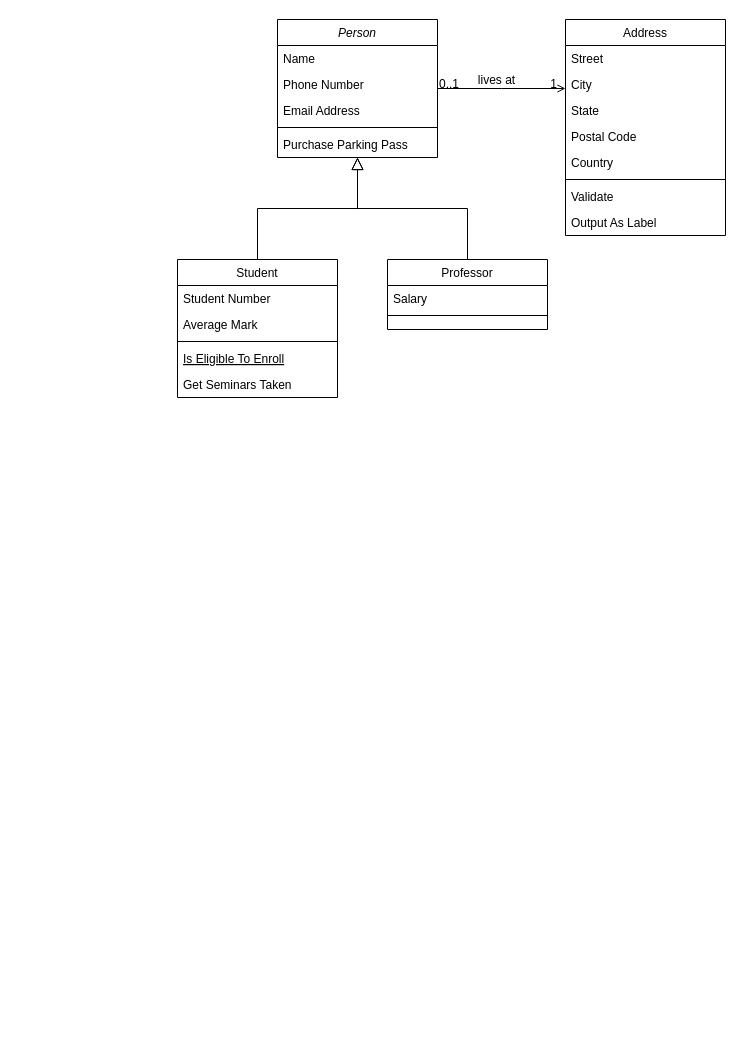
Earlier version of the draw.io diagram Untitled Diagram.drawio (TechCatJim/TechCatJim). Source tidied: cells renumbered, new cells numbered last; positions are measured from the earlier drawing's top-left corner, leaving out a move shared by most shapes. Both pictures are drawn from the tidied source at 100%, with x=0, y=0 at pixel (177, 19).
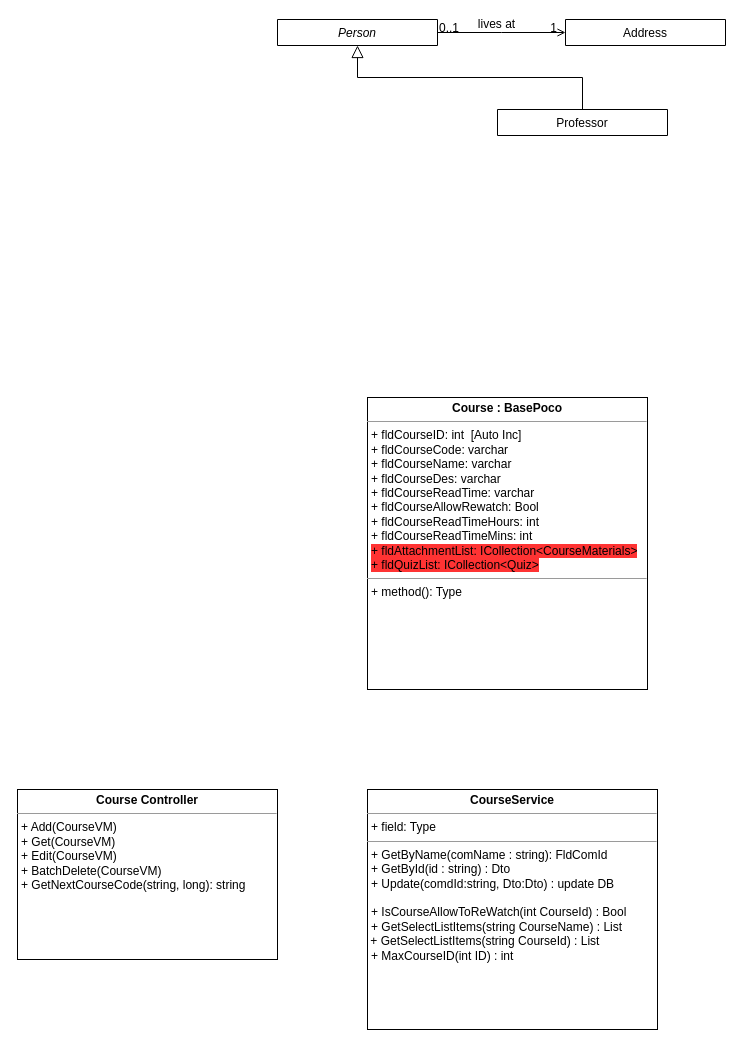
The same page after the edit.

The edit, as a diff of the source:
```diff
@@
-    <mxCell id="2" value="Person" style="swimlane;fontStyle=2;align=center;verticalAlign=top;horizontal=1;startSize=26;rounded=0;shadow=0;strokeWidth=1;" parent="1" vertex="1">
-      <mxGeometry x="100" width="160" height="138" as="geometry" />
+    <mxCell id="2" value="Person" style="swimlane;fontStyle=2;align=center;verticalAlign=top;horizontal=1;startSize=26;rounded=0;shadow=0;strokeWidth=1;" parent="1" vertex="1" collapsed="1">
+      <mxGeometry x="100" width="160" height="26" as="geometry" />
     </mxCell>
-    <mxCell id="3" value="Name" style="text;align=left;verticalAlign=top;spacingLeft=4;spacingRight=4;overflow=hidden;" parent="2" vertex="1">
-      <mxGeometry y="26" width="160" height="26" as="geometry" />
-    </mxCell>
-    <mxCell id="4" value="Phone Number" style="text;align=left;verticalAlign=top;spacingLeft=4;spacingRight=4;overflow=hidden;rounded=0;shadow=0;html=0;" parent="2" vertex="1">
-      <mxGeometry y="52" width="160" height="26" as="geometry" />
-    </mxCell>
-    <mxCell id="5" value="Email Address" style="text;align=left;verticalAlign=top;spacingLeft=4;spacingRight=4;overflow=hidden;rounded=0;shadow=0;html=0;" parent="2" vertex="1">
-      <mxGeometry y="78" width="160" height="26" as="geometry" />
-    </mxCell>
-    <mxCell id="6" style="line;html=1;strokeWidth=1;align=left;verticalAlign=middle;spacingTop=-1;spacingLeft=3;spacingRight=3;labelPosition=right;" parent="2" vertex="1">
-      <mxGeometry y="104" width="160" height="8" as="geometry" />
-    </mxCell>
-    <mxCell id="7" value="Purchase Parking Pass" style="text;align=left;verticalAlign=top;spacingLeft=4;spacingRight=4;overflow=hidden;" parent="2" vertex="1">
-      <mxGeometry y="112" width="160" height="26" as="geometry" />
-    </mxCell>
-    <mxCell id="8" value="Student" style="swimlane;fontStyle=0;align=center;verticalAlign=top;horizontal=1;startSize=26;rounded=0;shadow=0;strokeWidth=1;" parent="1" vertex="1">
-      <mxGeometry y="240" width="160" height="138" as="geometry" />
-    </mxCell>
-    <mxCell id="9" value="Student Number" style="text;align=left;verticalAlign=top;spacingLeft=4;spacingRight=4;overflow=hidden;" parent="8" vertex="1">
-      <mxGeometry y="26" width="160" height="26" as="geometry" />
-    </mxCell>
-    <mxCell id="10" value="Average Mark" style="text;align=left;verticalAlign=top;spacingLeft=4;spacingRight=4;overflow=hidden;rounded=0;shadow=0;html=0;" parent="8" vertex="1">
-      <mxGeometry y="52" width="160" height="26" as="geometry" />
-    </mxCell>
-    <mxCell id="11" style="line;html=1;strokeWidth=1;align=left;verticalAlign=middle;spacingTop=-1;spacingLeft=3;spacingRight=3;labelPosition=right;" parent="8" vertex="1">
-      <mxGeometry y="78" width="160" height="8" as="geometry" />
-    </mxCell>
-    <mxCell id="12" value="Is Eligible To Enroll" style="text;align=left;verticalAlign=top;spacingLeft=4;spacingRight=4;overflow=hidden;fontStyle=4;" parent="8" vertex="1">
-      <mxGeometry y="86" width="160" height="26" as="geometry" />
-    </mxCell>
-    <mxCell id="13" value="Get Seminars Taken" style="text;align=left;verticalAlign=top;spacingLeft=4;spacingRight=4;overflow=hidden;" parent="8" vertex="1">
-      <mxGeometry y="112" width="160" height="26" as="geometry" />
-    </mxCell>
-    <mxCell id="14" style="endArrow=block;endSize=10;endFill=0;shadow=0;strokeWidth=1;rounded=0;edgeStyle=elbowEdgeStyle;elbow=vertical;" parent="1" edge="1" source="8" target="2">
-      <mxGeometry relative="1" as="geometry" />
-    </mxCell>
-    <mxCell id="15" value="Professor" style="swimlane;fontStyle=0;align=center;verticalAlign=top;horizontal=1;startSize=26;rounded=0;shadow=0;strokeWidth=1;" parent="1" vertex="1">
-      <mxGeometry x="210" y="240" width="160" height="70" as="geometry" />
+    <mxCell id="15" value="Professor" style="swimlane;fontStyle=0;align=center;verticalAlign=top;horizontal=1;startSize=26;rounded=0;shadow=0;strokeWidth=1;" parent="1" vertex="1" collapsed="1">
+      <mxGeometry x="320" y="90" width="170" height="26" as="geometry" />
     </mxCell>
-    <mxCell id="16" value="Salary" style="text;align=left;verticalAlign=top;spacingLeft=4;spacingRight=4;overflow=hidden;" parent="15" vertex="1">
-      <mxGeometry y="26" width="160" height="26" as="geometry" />
-    </mxCell>
-    <mxCell id="17" style="line;html=1;strokeWidth=1;align=left;verticalAlign=middle;spacingTop=-1;spacingLeft=3;spacingRight=3;labelPosition=right;" parent="15" vertex="1">
-      <mxGeometry y="52" width="160" height="8" as="geometry" />
-    </mxCell>
@@
-    <mxCell id="19" value="Address" style="swimlane;fontStyle=0;align=center;verticalAlign=top;horizontal=1;startSize=26;rounded=0;shadow=0;strokeWidth=1;" parent="1" vertex="1">
-      <mxGeometry x="388" width="160" height="216" as="geometry" />
+    <mxCell id="19" value="Address" style="swimlane;fontStyle=0;align=center;verticalAlign=top;horizontal=1;startSize=26;rounded=0;shadow=0;strokeWidth=1;" parent="1" vertex="1" collapsed="1">
+      <mxGeometry x="388" width="160" height="26" as="geometry" />
     </mxCell>
-    <mxCell id="20" value="Street" style="text;align=left;verticalAlign=top;spacingLeft=4;spacingRight=4;overflow=hidden;" parent="19" vertex="1">
-      <mxGeometry y="26" width="160" height="26" as="geometry" />
-    </mxCell>
-    <mxCell id="21" value="City" style="text;align=left;verticalAlign=top;spacingLeft=4;spacingRight=4;overflow=hidden;rounded=0;shadow=0;html=0;" parent="19" vertex="1">
-      <mxGeometry y="52" width="160" height="26" as="geometry" />
-    </mxCell>
-    <mxCell id="22" value="State" style="text;align=left;verticalAlign=top;spacingLeft=4;spacingRight=4;overflow=hidden;rounded=0;shadow=0;html=0;" parent="19" vertex="1">
-      <mxGeometry y="78" width="160" height="26" as="geometry" />
-    </mxCell>
-    <mxCell id="23" value="Postal Code" style="text;align=left;verticalAlign=top;spacingLeft=4;spacingRight=4;overflow=hidden;rounded=0;shadow=0;html=0;" parent="19" vertex="1">
-      <mxGeometry y="104" width="160" height="26" as="geometry" />
-    </mxCell>
-    <mxCell id="24" value="Country" style="text;align=left;verticalAlign=top;spacingLeft=4;spacingRight=4;overflow=hidden;rounded=0;shadow=0;html=0;" parent="19" vertex="1">
-      <mxGeometry y="130" width="160" height="26" as="geometry" />
-    </mxCell>
-    <mxCell id="25" style="line;html=1;strokeWidth=1;align=left;verticalAlign=middle;spacingTop=-1;spacingLeft=3;spacingRight=3;labelPosition=right;" parent="19" vertex="1">
-      <mxGeometry y="156" width="160" height="8" as="geometry" />
-    </mxCell>
-    <mxCell id="26" value="Validate" style="text;align=left;verticalAlign=top;spacingLeft=4;spacingRight=4;overflow=hidden;" parent="19" vertex="1">
-      <mxGeometry y="164" width="160" height="26" as="geometry" />
-    </mxCell>
-    <mxCell id="27" value="Output As Label" style="text;align=left;verticalAlign=top;spacingLeft=4;spacingRight=4;overflow=hidden;" parent="19" vertex="1">
-      <mxGeometry y="190" width="160" height="26" as="geometry" />
-    </mxCell>
@@
+    <mxCell id="32" value="&lt;p style=&quot;margin:0px;margin-top:4px;text-align:center;&quot;&gt;&lt;b&gt;Course : BasePoco&lt;/b&gt;&lt;/p&gt;&lt;hr size=&quot;1&quot;&gt;&lt;p style=&quot;margin:0px;margin-left:4px;&quot;&gt;+&lt;span style=&quot;background-color: rgb(255, 255, 255);&quot;&gt;&amp;nbsp;&lt;/span&gt;fldCourseID: int&amp;nbsp; [Auto Inc]&lt;/p&gt;&lt;p style=&quot;margin:0px;margin-left:4px;&quot;&gt;+ fldCourseCode: varchar&amp;nbsp; &amp;nbsp;&lt;/p&gt;&lt;p style=&quot;margin:0px;margin-left:4px;&quot;&gt;+ fldCourseName: varchar&lt;/p&gt;&lt;p style=&quot;margin:0px;margin-left:4px;&quot;&gt;+ fldCourseDes: varchar&lt;/p&gt;&lt;p style=&quot;margin:0px;margin-left:4px;&quot;&gt;+ fldCourseReadTime: varchar&lt;/p&gt;&lt;p style=&quot;margin:0px;margin-left:4px;&quot;&gt;+ fldCourseAllowRewatch: Bool&lt;/p&gt;&lt;p style=&quot;margin:0px;margin-left:4px;&quot;&gt;+ fldCourseReadTimeHours: int&lt;/p&gt;&lt;p style=&quot;margin:0px;margin-left:4px;&quot;&gt;+ fldCourseReadTimeMins: int&lt;br&gt;&lt;/p&gt;&lt;p style=&quot;margin:0px;margin-left:4px;&quot;&gt;&lt;span style=&quot;background-color: rgb(255, 51, 51);&quot;&gt;+ fldAttachmentList: ICollection&amp;lt;CourseMaterials&amp;gt;&lt;/span&gt;&lt;/p&gt;&lt;p style=&quot;margin:0px;margin-left:4px;&quot;&gt;&lt;span style=&quot;background-color: rgb(255, 51, 51);&quot;&gt;+ fldQuizList: ICollection&amp;lt;Quiz&amp;gt;&lt;/span&gt;&lt;/p&gt;&lt;hr size=&quot;1&quot;&gt;&lt;p style=&quot;margin:0px;margin-left:4px;&quot;&gt;+ method(): Type&lt;/p&gt;" style="verticalAlign=top;align=left;overflow=fill;fontSize=12;fontFamily=Helvetica;html=1;whiteSpace=wrap;" parent="1" vertex="1">
+      <mxGeometry x="190" y="378" width="280" height="292" as="geometry" />
+    </mxCell>
+    <mxCell id="33" style="edgeStyle=orthogonalEdgeStyle;rounded=0;orthogonalLoop=1;jettySize=auto;html=1;exitX=0.5;exitY=1;exitDx=0;exitDy=0;" parent="1" edge="1" source="32" target="32">
+      <mxGeometry relative="1" as="geometry" />
+    </mxCell>
+    <mxCell id="34" value="&lt;p style=&quot;margin:0px;margin-top:4px;text-align:center;&quot;&gt;&lt;b&gt;CourseService&lt;/b&gt;&lt;/p&gt;&lt;hr size=&quot;1&quot;&gt;&lt;p style=&quot;margin:0px;margin-left:4px;&quot;&gt;+ field: Type&lt;/p&gt;&lt;hr size=&quot;1&quot;&gt;&lt;p style=&quot;margin:0px;margin-left:4px;&quot;&gt;+ GetByName(comName : string): FldComId&lt;/p&gt;&lt;p style=&quot;margin:0px;margin-left:4px;&quot;&gt;+ GetById(id : string) : Dto&lt;/p&gt;&lt;p style=&quot;margin:0px;margin-left:4px;&quot;&gt;+ Update(comdId:string, Dto:Dto) : update DB&lt;/p&gt;&lt;p style=&quot;margin:0px;margin-left:4px;&quot;&gt;&lt;br&gt;&lt;/p&gt;&lt;p style=&quot;margin:0px;margin-left:4px;&quot;&gt;+ IsCourseAllowToReWatch(int CourseId) : Bool&lt;/p&gt;&lt;p style=&quot;margin:0px;margin-left:4px;&quot;&gt;+ GetSelectListItems(string CourseName) : List&lt;/p&gt;&amp;nbsp;+ GetSelectListItems(string CourseId) : List&lt;p style=&quot;margin:0px;margin-left:4px;&quot;&gt;+ MaxCourseID(int ID) : int&lt;/p&gt;&lt;p style=&quot;margin:0px;margin-left:4px;&quot;&gt;&lt;br&gt;&lt;/p&gt;&lt;p style=&quot;margin:0px;margin-left:4px;&quot;&gt;&lt;br&gt;&lt;/p&gt;" style="verticalAlign=top;align=left;overflow=fill;fontSize=12;fontFamily=Helvetica;html=1;whiteSpace=wrap;" parent="1" vertex="1">
+      <mxGeometry x="190" y="770" width="290" height="240" as="geometry" />
+    </mxCell>
+    <mxCell id="35" value="&lt;p style=&quot;margin:0px;margin-top:4px;text-align:center;&quot;&gt;&lt;b&gt;Course Controller&lt;/b&gt;&lt;/p&gt;&lt;hr size=&quot;1&quot;&gt;&lt;p style=&quot;margin:0px;margin-left:4px;&quot;&gt;+ Add(CourseVM)&lt;/p&gt;&lt;p style=&quot;margin:0px;margin-left:4px;&quot;&gt;+ Get(CourseVM)&lt;/p&gt;&lt;p style=&quot;margin:0px;margin-left:4px;&quot;&gt;+ Edit(CourseVM)&lt;/p&gt;&lt;p style=&quot;margin:0px;margin-left:4px;&quot;&gt;+ BatchDelete(CourseVM)&lt;/p&gt;&lt;p style=&quot;margin:0px;margin-left:4px;&quot;&gt;+ GetNextCourseCode(string, long): string&lt;/p&gt;" style="verticalAlign=top;align=left;overflow=fill;fontSize=12;fontFamily=Helvetica;html=1;whiteSpace=wrap;" parent="1" vertex="1">
+      <mxGeometry x="-160" y="770" width="260" height="170" as="geometry" />
+    </mxCell>
```
